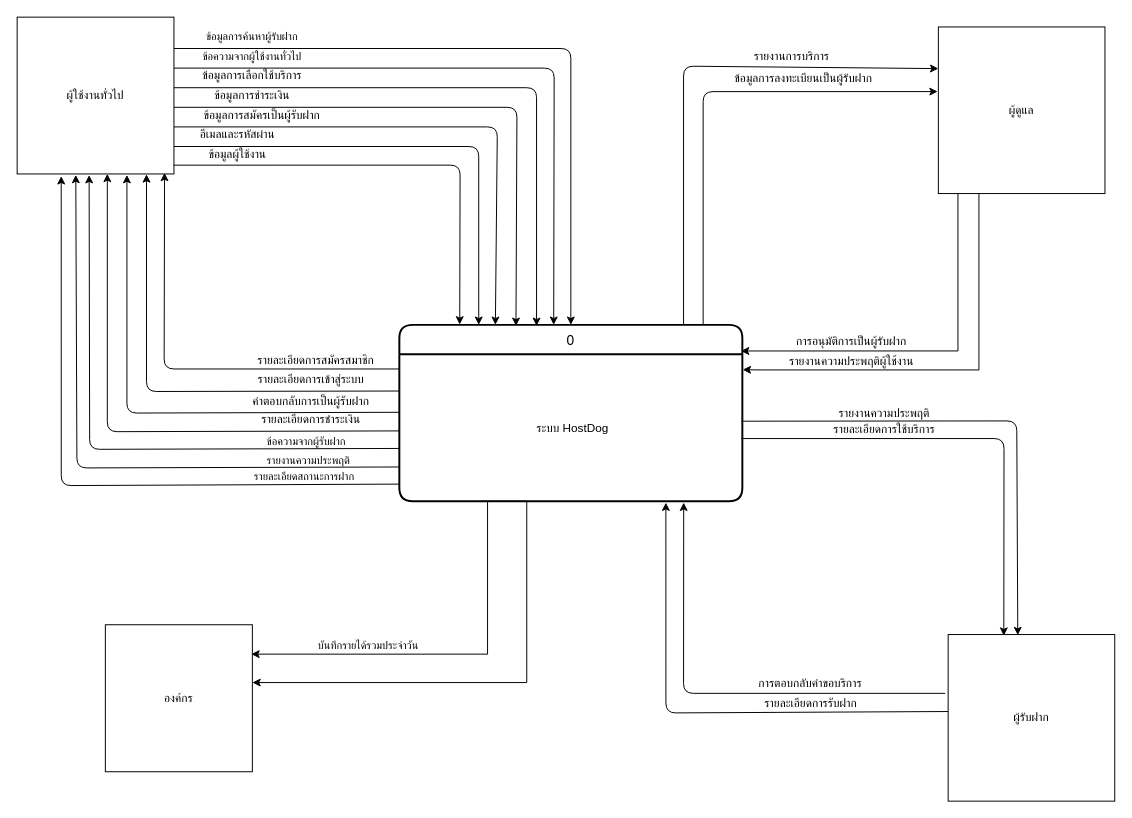
Above: page "ContextDiagram V2" (2 of 13) of ProjectProcesses/HostDog_5DFD/dfd.drawio in Hostdogs/Project_Hostdog (draw.io), before the change. Source tidied: cells renumbered, new cells numbered last; positions are measured from the earlier drawing's top-left corner, leaving out a move shared by most shapes. Both pictures are drawn from the tidied source at 98%, with x=0, y=0 at pixel (17, 17).
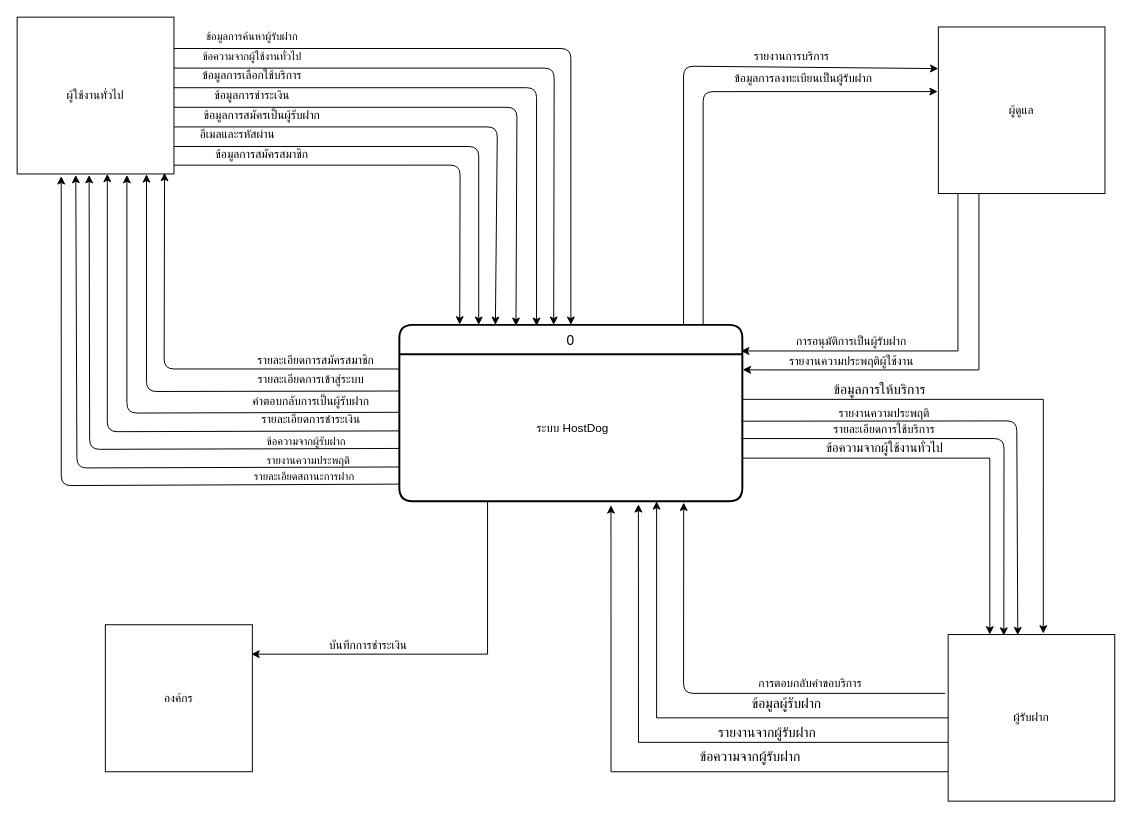
Above is the later version.

Unchanged cells that the change refers to:
```xml
<mxCell id="3" value="ผู้รับฝาก" style="whiteSpace=wrap;html=1;align=center;" parent="1" vertex="1">
  <mxGeometry x="950" y="630" width="170" height="170" as="geometry" />
</mxCell>
<mxCell id="4" style="edgeStyle=orthogonalEdgeStyle;rounded=0;jettySize=auto;html=1;entryX=0.993;entryY=0.2;entryDx=0;entryDy=0;entryPerimeter=0;" parent="1" edge="1" source="6" target="43">
  <mxGeometry relative="1" as="geometry">
    <Array as="points">
      <mxPoint x="480" y="650" />
    </Array>
  </mxGeometry>
</mxCell>
<mxCell id="7" value="ระบบ HostDog" style="align=center;strokeColor=none;fillColor=none;spacingLeft=4;fontSize=12;verticalAlign=middle;" parent="6" vertex="1">
  <mxGeometry y="30" width="350" height="150" as="geometry" />
</mxCell>
```

The edit, as a diff of the source:
```diff
@@
+    <mxCell id="55" style="edgeStyle=orthogonalEdgeStyle;rounded=0;jettySize=auto;html=1;entryX=0.697;entryY=1.02;entryDx=0;entryDy=0;entryPerimeter=0;" parent="1" edge="1" source="3" target="7">
+      <mxGeometry relative="1" as="geometry">
+        <Array as="points">
+          <mxPoint x="634" y="740" />
+        </Array>
+      </mxGeometry>
+    </mxCell>
+    <mxCell id="56" style="edgeStyle=orthogonalEdgeStyle;rounded=0;jettySize=auto;html=1;entryX=0.617;entryY=1.027;entryDx=0;entryDy=0;entryPerimeter=0;" parent="1" edge="1" source="3" target="7">
+      <mxGeometry relative="1" as="geometry">
+        <Array as="points">
+          <mxPoint x="606" y="770" />
+        </Array>
+      </mxGeometry>
+    </mxCell>
+    <mxCell id="57" style="edgeStyle=orthogonalEdgeStyle;rounded=0;jettySize=auto;html=1;entryX=0.75;entryY=1;entryDx=0;entryDy=0;" parent="1" edge="1" source="3" target="7">
+      <mxGeometry relative="1" as="geometry" />
+    </mxCell>
@@
-    <mxCell id="5" value="บันทึกรายได้รวมประจำวัน" style="edgeLabel;html=1;align=center;verticalAlign=middle;" parent="4" vertex="1">
+    <mxCell id="5" value="&lt;font style=&quot;font-size: 12px&quot;&gt;บันทึกการชำระเงิน&lt;/font&gt;" style="edgeLabel;html=1;align=center;verticalAlign=middle;" parent="4" vertex="1">
       <mxGeometry x="0.46" relative="1" as="geometry">
         <mxPoint x="11.2" y="-10" as="offset" />
       </mxGeometry>
     </mxCell>
@@
-    <mxCell id="13" value="ข้อมูลผู้ใช้งาน" style="text;html=1;strokeColor=none;fillColor=none;align=center;verticalAlign=middle;whiteSpace=wrap;rounded=0;" parent="1" vertex="1">
-      <mxGeometry x="180" y="130" width="90" height="20" as="geometry" />
+    <mxCell id="13" value="&lt;span style=&quot;background-color: rgb(255 , 255 , 255)&quot;&gt;&lt;font style=&quot;font-size: 12px&quot;&gt;ข้อมูลการสมัครสมาชิก&lt;/font&gt;&lt;/span&gt;" style="text;html=1;strokeColor=none;fillColor=none;align=center;verticalAlign=middle;whiteSpace=wrap;rounded=0;" parent="1" vertex="1">
+      <mxGeometry x="180" y="130" width="140" height="20" as="geometry" />
     </mxCell>
@@
-    <mxCell id="17" value="รายละเอียดการรับฝาก" style="text;html=1;strokeColor=none;fillColor=none;align=center;verticalAlign=middle;whiteSpace=wrap;rounded=0;" parent="1" vertex="1">
-      <mxGeometry x="750" y="690" width="120" height="20" as="geometry" />
-    </mxCell>
@@
-    <mxCell id="20" style="endArrow=classic;html=1;exitX=-0.001;exitY=0.462;exitDx=0;exitDy=0;exitPerimeter=0;entryX=0.777;entryY=1.009;entryDx=0;entryDy=0;entryPerimeter=0;" parent="1" edge="1" source="3" target="7">
-      <mxGeometry relative="1" as="geometry">
-        <Array as="points">
-          <mxPoint x="662" y="710" />
-        </Array>
-      </mxGeometry>
-    </mxCell>
@@
-    <mxCell id="44" style="edgeStyle=orthogonalEdgeStyle;rounded=0;orthogonalLoop=1;jettySize=auto;html=1;" parent="1" edge="1">
-      <mxGeometry relative="1" as="geometry">
-        <mxPoint x="471.1" y="494" as="sourcePoint" />
-        <mxPoint x="240" y="679" as="targetPoint" />
-        <Array as="points">
-          <mxPoint x="520" y="494" />
-          <mxPoint x="520" y="679" />
-        </Array>
-      </mxGeometry>
-    </mxCell>
@@
+    <mxCell id="58" style="edgeStyle=orthogonalEdgeStyle;rounded=0;jettySize=auto;html=1;entryX=0.25;entryY=0;entryDx=0;entryDy=0;" parent="1" edge="1" source="7" target="3">
+      <mxGeometry relative="1" as="geometry">
+        <Array as="points">
+          <mxPoint x="993" y="450" />
+        </Array>
+      </mxGeometry>
+    </mxCell>
+    <mxCell id="59" value="&lt;span style=&quot;background-color: rgb(255 , 255 , 255)&quot;&gt;&lt;font style=&quot;font-size: 13px&quot;&gt;ข้อความจากผู้ใช้งานทั่วไป&lt;/font&gt;&lt;/span&gt;" style="text;html=1;align=center;verticalAlign=middle;" parent="1" vertex="1">
+      <mxGeometry x="810" y="428.7" width="150" height="20" as="geometry" />
+    </mxCell>
+    <mxCell id="60" value="&lt;span style=&quot;font-size: 14px ; background-color: rgb(255 , 255 , 255)&quot;&gt;รายงานจากผู้รับฝาก&lt;/span&gt;" style="text;html=1;align=center;verticalAlign=middle;" parent="1" vertex="1">
+      <mxGeometry x="700" y="720" width="130" height="20" as="geometry" />
+    </mxCell>
+    <mxCell id="61" value="&lt;span style=&quot;font-size: 14px ; text-align: center ; background-color: rgb(255 , 255 , 255)&quot;&gt;ข้อความจากผู้รับฝาก&lt;/span&gt;" style="text;whiteSpace=wrap;html=1;" parent="1" vertex="1">
+      <mxGeometry x="695" y="740" width="140" height="30" as="geometry" />
+    </mxCell>
+    <mxCell id="62" value="&lt;span style=&quot;font-size: 14px ; background-color: rgb(255 , 255 , 255)&quot;&gt;ข้อมูลผู้รับฝาก&lt;/span&gt;" style="text;html=1;align=center;verticalAlign=middle;" parent="1" vertex="1">
+      <mxGeometry x="735" y="690" width="100" height="20" as="geometry" />
+    </mxCell>
+    <mxCell id="63" style="edgeStyle=orthogonalEdgeStyle;rounded=0;jettySize=auto;html=1;entryX=0.571;entryY=-0.006;entryDx=0;entryDy=0;entryPerimeter=0;" parent="1" edge="1" source="7" target="3">
+      <mxGeometry relative="1" as="geometry">
+        <Array as="points">
+          <mxPoint x="1047" y="390" />
+        </Array>
+      </mxGeometry>
+    </mxCell>
+    <mxCell id="64" value="&lt;span style=&quot;font-size: 14px ; background-color: rgb(255 , 255 , 255)&quot;&gt;ข้อมูลการให้บริการ&lt;/span&gt;" style="text;html=1;align=center;verticalAlign=middle;" parent="1" vertex="1">
+      <mxGeometry x="820" y="370" width="120" height="20" as="geometry" />
+    </mxCell>
```
